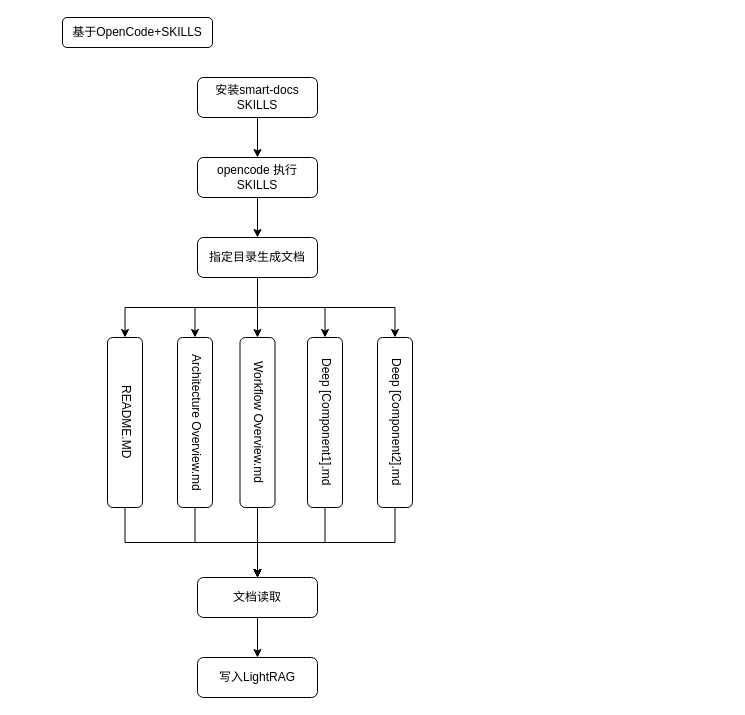
Before: 知识库架构.drawio in S0Louis/drowio, a draw.io diagram. Source tidied: cells renumbered, new cells numbered last; positions are measured from the earlier drawing's top-left corner, leaving out a move shared by most shapes. Both pictures are drawn from the tidied source at 100%, with x=0, y=0 at pixel (62, 17).
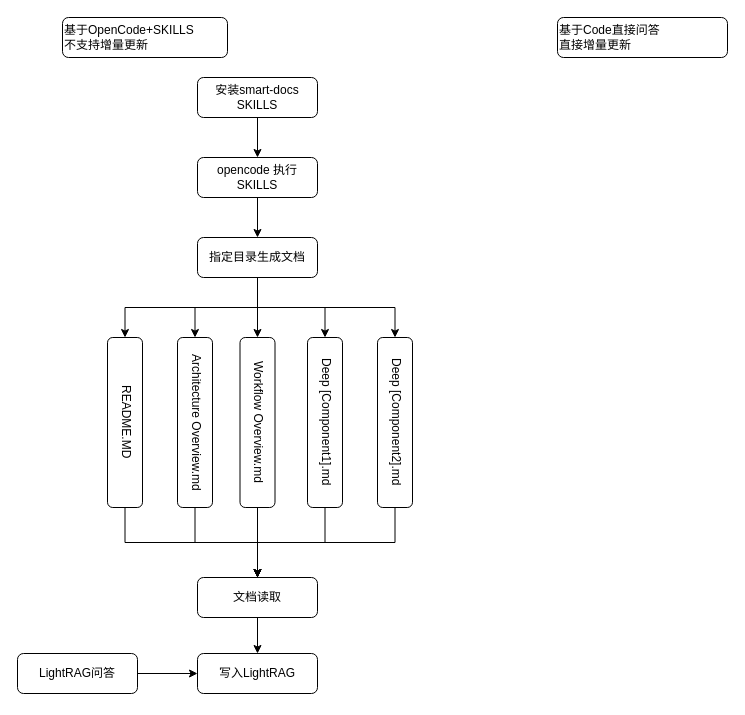
Above is the later version.

Commit message (it also covers changes not shown here):
更新知识库架构.drawio

Diff of the diagram source:
```diff
@@
-    <mxCell id="6" value="基于OpenCode+SKILLS" style="rounded=1;whiteSpace=wrap;html=1;fontSize=12;glass=0;strokeWidth=1;shadow=0;" parent="1" vertex="1">
-      <mxGeometry width="150" height="30" as="geometry" />
+    <mxCell id="6" value="基于OpenCode+SKILLS&lt;div&gt;不支持增量更新&lt;/div&gt;" style="rounded=1;whiteSpace=wrap;html=1;fontSize=12;glass=0;strokeWidth=1;shadow=0;align=left;" parent="1" vertex="1">
+      <mxGeometry width="165" height="40" as="geometry" />
     </mxCell>
@@
     <mxCell id="25" value="写入LightRAG" style="rounded=1;whiteSpace=wrap;html=1;" parent="1" vertex="1">
-      <mxGeometry x="135" y="640" width="120" height="40" as="geometry" />
+      <mxGeometry x="135" y="636" width="120" height="40" as="geometry" />
     </mxCell>
+    <mxCell id="26" value="基于Code直接问答&lt;div&gt;直接增量更新&lt;/div&gt;" style="rounded=1;whiteSpace=wrap;html=1;fontSize=12;glass=0;strokeWidth=1;shadow=0;align=left;" parent="1" vertex="1">
+      <mxGeometry x="495" width="170" height="40" as="geometry" />
+    </mxCell>
+    <mxCell id="27" style="edgeStyle=orthogonalEdgeStyle;rounded=0;jettySize=auto;html=1;" parent="1" edge="1" source="28" target="25">
+      <mxGeometry relative="1" as="geometry" />
+    </mxCell>
+    <mxCell id="28" value="LightRAG问答" style="rounded=1;whiteSpace=wrap;html=1;" parent="1" vertex="1">
+      <mxGeometry x="-45" y="636" width="120" height="40" as="geometry" />
+    </mxCell>
```
